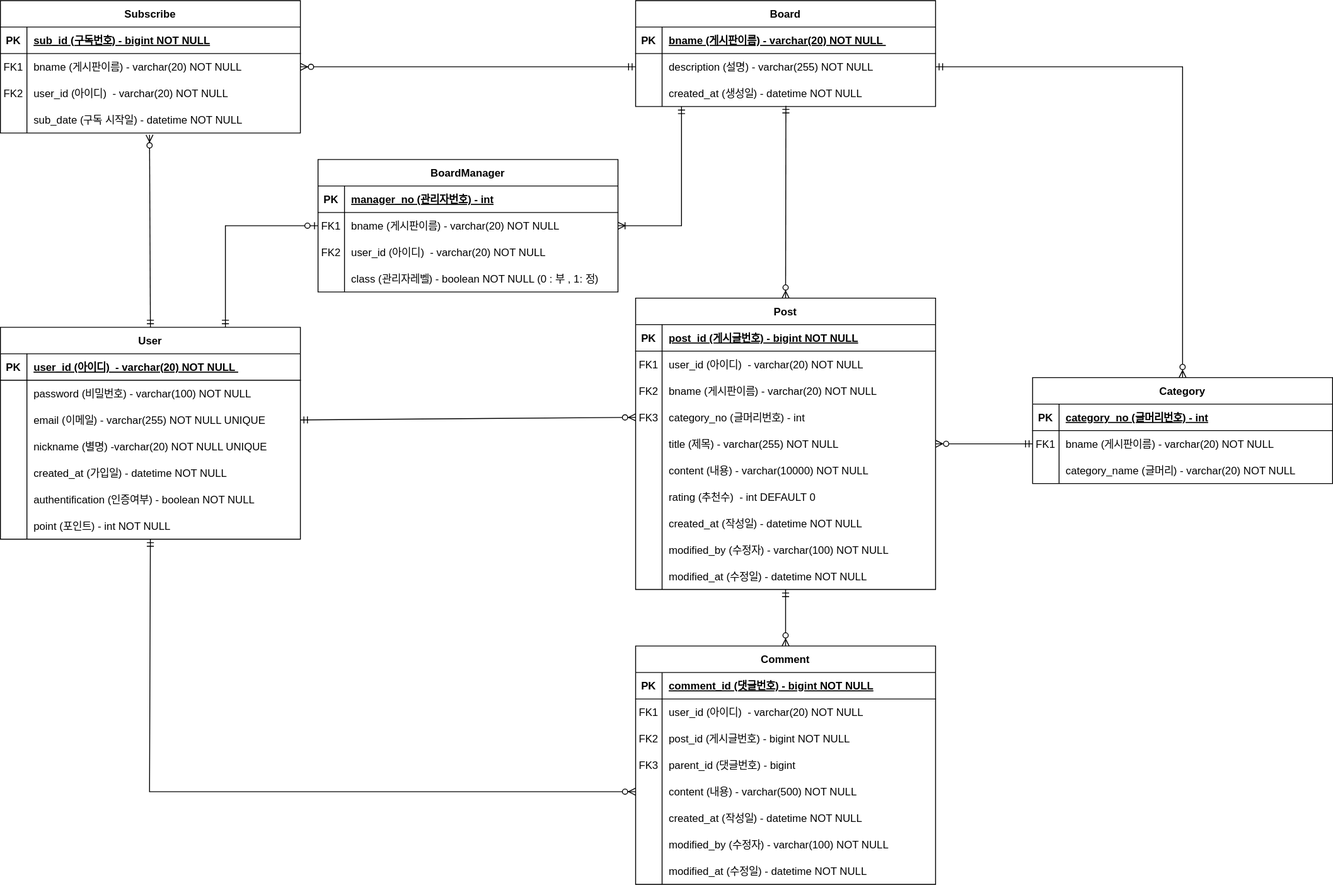
Earlier version of the draw.io export documents/ERD.svg (Sj-Shim/portfolio-board). Source tidied: cells renumbered, new cells last; positions are measured from the earlier drawing's top-left corner, leaving out a move shared by most shapes.
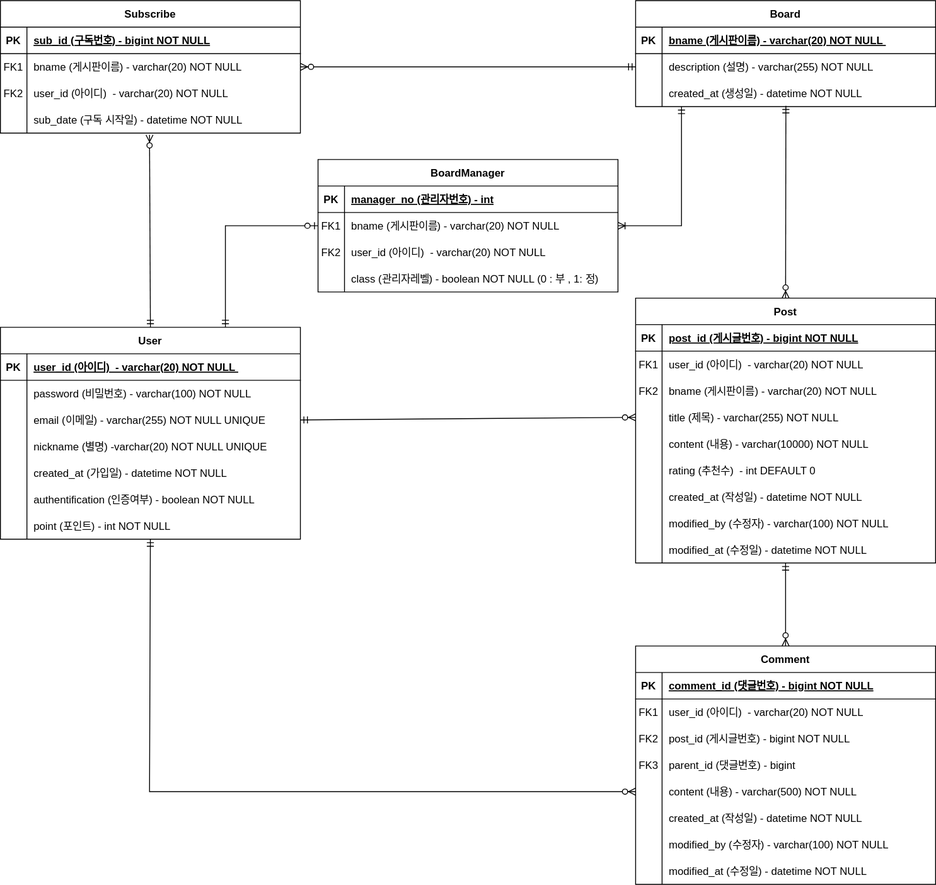
Later version of the same file.

What changed in the source:
```diff
@@ -33,7 +33,7 @@
       <mxGeometry x="30" width="310" height="30" as="geometry" />
     </mxCell>
     <mxCell id="12" value="Post" style="shape=table;startSize=30;rowLines=0;fontStyle=1;align=center;" parent="1" vertex="1">
-      <mxGeometry x="720" y="337" width="340" height="330" as="geometry" />
+      <mxGeometry x="720" y="337" width="340" height="300" as="geometry" />
     </mxCell>
     <mxCell id="13" style="shape=partialRectangle;fillColor=none;top=0;left=0;right=0;bottom=1;" parent="12" vertex="1">
       <mxGeometry y="30" width="340" height="30" as="geometry" />
@@ -62,17 +62,8 @@
     <mxCell id="21" value="bname (게시판이름) - varchar(20) NOT NULL " style="shape=partialRectangle;overflow=hidden;fillColor=none;top=0;left=0;bottom=0;right=0;align=left;spacingLeft=6;" parent="19" vertex="1">
       <mxGeometry x="30" width="310" height="30" as="geometry" />
     </mxCell>
-    <mxCell id="22" style="shape=partialRectangle;fillColor=none;points=[[0,0.5],[1,0.5]];portConstraint=eastwest;top=0;left=0;right=0;bottom=0;" parent="12" vertex="1">
-      <mxGeometry y="120" width="340" height="30" as="geometry" />
-    </mxCell>
-    <mxCell id="23" value="FK3" style="shape=partialRectangle;overflow=hidden;fillColor=none;top=0;left=0;bottom=0;right=0;" parent="22" vertex="1">
-      <mxGeometry width="30" height="30" as="geometry" />
-    </mxCell>
-    <mxCell id="24" value="category_no (글머리번호) - int" style="shape=partialRectangle;overflow=hidden;fillColor=none;top=0;left=0;bottom=0;right=0;align=left;spacingLeft=6;" parent="22" vertex="1">
-      <mxGeometry x="30" width="310" height="30" as="geometry" />
-    </mxCell>
     <mxCell id="25" style="shape=partialRectangle;fillColor=none;points=[[0,0.5],[1,0.5]];portConstraint=eastwest;top=0;left=0;right=0;bottom=0;" parent="12" vertex="1">
-      <mxGeometry y="150" width="340" height="30" as="geometry" />
+      <mxGeometry y="120" width="340" height="30" as="geometry" />
     </mxCell>
     <mxCell id="26" style="shape=partialRectangle;overflow=hidden;fillColor=none;top=0;left=0;bottom=0;right=0;" parent="25" vertex="1">
       <mxGeometry width="30" height="30" as="geometry" />
@@ -81,7 +72,7 @@
       <mxGeometry x="30" width="310" height="30" as="geometry" />
     </mxCell>
     <mxCell id="28" style="shape=partialRectangle;fillColor=none;top=0;left=0;right=0;bottom=0;" parent="12" vertex="1">
-      <mxGeometry y="180" width="340" height="30" as="geometry" />
+      <mxGeometry y="150" width="340" height="30" as="geometry" />
     </mxCell>
     <mxCell id="29" style="shape=partialRectangle;overflow=hidden;fillColor=none;top=0;left=0;bottom=0;right=0;" parent="28" vertex="1">
       <mxGeometry width="30" height="30" as="geometry" />
@@ -90,7 +81,7 @@
       <mxGeometry x="30" width="310" height="30" as="geometry" />
     </mxCell>
     <mxCell id="31" style="shape=partialRectangle;fillColor=none;top=0;left=0;right=0;bottom=0;" parent="12" vertex="1">
-      <mxGeometry y="210" width="340" height="30" as="geometry" />
+      <mxGeometry y="180" width="340" height="30" as="geometry" />
     </mxCell>
     <mxCell id="32" style="shape=partialRectangle;overflow=hidden;fillColor=none;top=0;left=0;bottom=0;right=0;" parent="31" vertex="1">
       <mxGeometry width="30" height="30" as="geometry" />
@@ -99,7 +90,7 @@
       <mxGeometry x="30" width="310" height="30" as="geometry" />
     </mxCell>
     <mxCell id="34" style="shape=partialRectangle;fillColor=none;top=0;left=0;right=0;bottom=0;" parent="12" vertex="1">
-      <mxGeometry y="240" width="340" height="30" as="geometry" />
+      <mxGeometry y="210" width="340" height="30" as="geometry" />
     </mxCell>
     <mxCell id="35" style="shape=partialRectangle;overflow=hidden;fillColor=none;top=0;left=0;bottom=0;right=0;" parent="34" vertex="1">
       <mxGeometry width="30" height="30" as="geometry" />
@@ -108,7 +99,7 @@
       <mxGeometry x="30" width="310" height="30" as="geometry" />
     </mxCell>
     <mxCell id="37" style="shape=partialRectangle;fillColor=none;top=0;left=0;right=0;bottom=0;" parent="12" vertex="1">
-      <mxGeometry y="270" width="340" height="30" as="geometry" />
+      <mxGeometry y="240" width="340" height="30" as="geometry" />
     </mxCell>
     <mxCell id="38" style="shape=partialRectangle;overflow=hidden;fillColor=none;top=0;left=0;bottom=0;right=0;" parent="37" vertex="1">
       <mxGeometry width="30" height="30" as="geometry" />
@@ -117,7 +108,7 @@
       <mxGeometry x="30" width="310" height="30" as="geometry" />
     </mxCell>
     <mxCell id="40" style="shape=partialRectangle;fillColor=none;top=0;left=0;right=0;bottom=0;" parent="12" vertex="1">
-      <mxGeometry y="300" width="340" height="30" as="geometry" />
+      <mxGeometry y="270" width="340" height="30" as="geometry" />
     </mxCell>
     <mxCell id="41" style="shape=partialRectangle;overflow=hidden;fillColor=none;top=0;left=0;bottom=0;right=0;" parent="40" vertex="1">
       <mxGeometry width="30" height="30" as="geometry" />
@@ -269,8 +260,10 @@
     <mxCell id="90" style="fontSize=12;html=1;endArrow=ERzeroToMany;startArrow=ERmandOne;rounded=0;exitX=0.501;exitY=0.974;exitDx=0;exitDy=0;exitPerimeter=0;entryX=0.5;entryY=0;entryDx=0;entryDy=0;" parent="1" edge="1" source="9" target="12">
       <mxGeometry relative="1" as="geometry" />
     </mxCell>
-    <mxCell id="91" style="fontSize=12;html=1;endArrow=ERzeroToMany;startArrow=ERmandOne;rounded=0;entryX=0;entryY=0.5;entryDx=0;entryDy=0;exitX=1;exitY=0.5;exitDx=0;exitDy=0;" parent="1" edge="1" source="50" target="22">
-      <mxGeometry relative="1" as="geometry" />
+    <mxCell id="91" style="fontSize=12;html=1;endArrow=ERzeroToMany;startArrow=ERmandOne;rounded=0;entryX=0;entryY=0.5;entryDx=0;entryDy=0;exitX=1;exitY=0.5;exitDx=0;exitDy=0;" parent="1" edge="1" source="50">
+      <mxGeometry relative="1" as="geometry">
+        <mxPoint x="720" y="472" as="targetPoint" />
+      </mxGeometry>
     </mxCell>
     <mxCell id="92" style="fontSize=12;html=1;endArrow=ERzeroToMany;startArrow=ERmandOne;rounded=0;entryX=0.5;entryY=0;entryDx=0;entryDy=0;exitX=0.5;exitY=1;exitDx=0;exitDy=0;" parent="1" edge="1" source="12" target="65">
       <mxGeometry relative="1" as="geometry" />
@@ -385,45 +378,5 @@
         </Array>
       </mxGeometry>
     </mxCell>
-    <mxCell id="124" value="Category" style="shape=table;startSize=30;rowLines=0;fontStyle=1;align=center;" parent="1" vertex="1">
-      <mxGeometry x="1170" y="427" width="340" height="120" as="geometry" />
-    </mxCell>
-    <mxCell id="125" style="shape=partialRectangle;fillColor=none;top=0;left=0;right=0;bottom=1;" parent="124" vertex="1">
-      <mxGeometry y="30" width="340" height="30" as="geometry" />
-    </mxCell>
-    <mxCell id="126" value="PK" style="shape=partialRectangle;overflow=hidden;fillColor=none;top=0;left=0;bottom=0;right=0;fontStyle=1;" parent="125" vertex="1">
-      <mxGeometry width="30" height="30" as="geometry" />
-    </mxCell>
-    <mxCell id="127" value="category_no (글머리번호) - int" style="shape=partialRectangle;overflow=hidden;fillColor=none;top=0;left=0;bottom=0;right=0;align=left;spacingLeft=6;fontStyle=5;" parent="125" vertex="1">
-      <mxGeometry x="30" width="310" height="30" as="geometry" />
-    </mxCell>
-    <mxCell id="128" style="shape=partialRectangle;fillColor=none;points=[[0,0.5],[1,0.5]];portConstraint=eastwest;top=0;left=0;right=0;bottom=0;" parent="124" vertex="1">
-      <mxGeometry y="60" width="340" height="30" as="geometry" />
-    </mxCell>
-    <mxCell id="129" value="FK1" style="shape=partialRectangle;overflow=hidden;fillColor=none;top=0;left=0;bottom=0;right=0;" parent="128" vertex="1">
-      <mxGeometry width="30" height="30" as="geometry" />
-    </mxCell>
-    <mxCell id="130" value="bname (게시판이름) - varchar(20) NOT NULL " style="shape=partialRectangle;overflow=hidden;fillColor=none;top=0;left=0;bottom=0;right=0;align=left;spacingLeft=6;" parent="128" vertex="1">
-      <mxGeometry x="30" width="310" height="30" as="geometry" />
-    </mxCell>
-    <mxCell id="131" style="shape=partialRectangle;fillColor=none;top=0;left=0;right=0;bottom=0;" parent="124" vertex="1">
-      <mxGeometry y="90" width="340" height="30" as="geometry" />
-    </mxCell>
-    <mxCell id="132" style="shape=partialRectangle;overflow=hidden;fillColor=none;top=0;left=0;bottom=0;right=0;" parent="131" vertex="1">
-      <mxGeometry width="30" height="30" as="geometry" />
-    </mxCell>
-    <mxCell id="133" value="category_name (글머리) - varchar(20) NOT NULL" style="shape=partialRectangle;overflow=hidden;fillColor=none;top=0;left=0;bottom=0;right=0;align=left;spacingLeft=6;" parent="131" vertex="1">
-      <mxGeometry x="30" width="310" height="30" as="geometry" />
-    </mxCell>
-    <mxCell id="134" style="rounded=0;jettySize=auto;html=1;exitX=0;exitY=0.5;exitDx=0;exitDy=0;endArrow=ERzeroToMany;endFill=0;entryX=1;entryY=0.5;entryDx=0;entryDy=0;startArrow=ERmandOne;startFill=0;" parent="1" edge="1" source="128" target="25">
-      <mxGeometry relative="1" as="geometry" />
-    </mxCell>
-    <mxCell id="135" style="edgeStyle=none;rounded=0;jettySize=auto;html=1;exitX=1;exitY=0.5;exitDx=0;exitDy=0;entryX=0.5;entryY=0;entryDx=0;entryDy=0;startArrow=ERmandOne;startFill=0;endArrow=ERzeroToMany;endFill=0;" parent="1" edge="1" source="6" target="124">
-      <mxGeometry relative="1" as="geometry">
-        <Array as="points">
-          <mxPoint x="1340" y="75" />
-        </Array>
-      </mxGeometry>
-    </mxCell>
   </root>
 </mxGraphModel>
```
